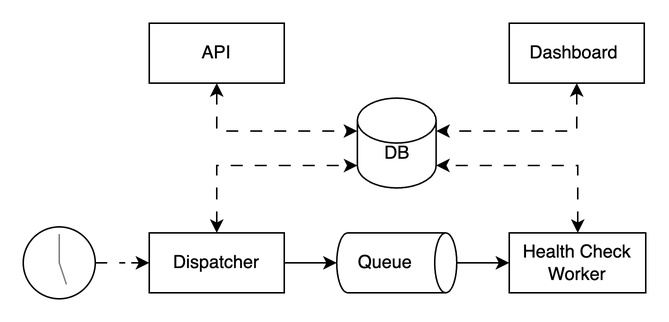
Before: healthchecker/architecture.png, a diagram exported from draw.io (PaulEliasWille/bachelor-thesis). Source tidied: cells renumbered, new cells last; positions are measured from the earlier drawing's top-left corner, leaving out a move shared by most shapes. The source it was exported from:
```xml
<mxGraphModel>
  <root>
    <mxCell id="0" />
    <mxCell id="1" parent="0" />
    <mxCell id="2" value="API" style="rounded=0;whiteSpace=wrap;html=1;" parent="1" vertex="1">
      <mxGeometry x="84" width="90" height="40" as="geometry" />
    </mxCell>
    <mxCell id="3" value="DB" style="shape=cylinder3;whiteSpace=wrap;html=1;boundedLbl=1;backgroundOutline=1;size=15;" parent="1" vertex="1">
      <mxGeometry x="222.8" y="50" width="52.5" height="60" as="geometry" />
    </mxCell>
    <mxCell id="4" value="Health Check Worker" style="rounded=0;whiteSpace=wrap;html=1;" parent="1" vertex="1">
      <mxGeometry x="324" y="140" width="91" height="40" as="geometry" />
    </mxCell>
    <mxCell id="5" style="edgeStyle=orthogonalEdgeStyle;rounded=0;jettySize=auto;html=1;entryX=0;entryY=0.5;entryDx=0;entryDy=0;dashed=1;dashPattern=8 8;" parent="1" edge="1" source="6" target="7">
      <mxGeometry relative="1" as="geometry" />
    </mxCell>
    <mxCell id="6" style="strokeWidth=1;outlineConnect=0;dashed=0;align=center;fontSize=8;shape=mxgraph.eip.messExp;html=1;verticalLabelPosition=bottom;verticalAlign=top;fillStyle=auto;fillColor=#FFFFFF;fontColor=#FFFFFF;strokeColor=default;labelBackgroundColor=none;gradientColor=none;" parent="1" vertex="1">
      <mxGeometry y="136" width="48" height="48" as="geometry" />
    </mxCell>
    <mxCell id="7" value="Dispatcher" style="rounded=0;whiteSpace=wrap;html=1;" parent="1" vertex="1">
      <mxGeometry x="84" y="140" width="90" height="40" as="geometry" />
    </mxCell>
    <mxCell id="8" value="Dashboard&amp;nbsp;" style="rounded=0;whiteSpace=wrap;html=1;" parent="1" vertex="1">
      <mxGeometry x="324" width="90" height="40" as="geometry" />
    </mxCell>
    <mxCell id="9" style="edgeStyle=orthogonalEdgeStyle;rounded=0;jettySize=auto;html=1;entryX=0;entryY=0.5;entryDx=0;entryDy=0;" parent="1" edge="1" source="10" target="4">
      <mxGeometry relative="1" as="geometry" />
    </mxCell>
    <mxCell id="10" value="Queue" style="strokeWidth=1;html=1;shape=mxgraph.flowchart.direct_data;whiteSpace=wrap;spacingRight=15;" parent="1" vertex="1">
      <mxGeometry x="209" y="140" width="80" height="40" as="geometry" />
    </mxCell>
    <mxCell id="11" style="edgeStyle=orthogonalEdgeStyle;rounded=0;jettySize=auto;html=1;entryX=0;entryY=0.5;entryDx=0;entryDy=0;entryPerimeter=0;" parent="1" edge="1" source="7" target="10">
      <mxGeometry relative="1" as="geometry" />
    </mxCell>
    <mxCell id="12" style="edgeStyle=orthogonalEdgeStyle;rounded=0;jettySize=auto;html=1;entryX=0;entryY=0;entryDx=0;entryDy=22.5;entryPerimeter=0;startArrow=classic;startFill=1;dashed=1;dashPattern=8 8;" parent="1" edge="1" source="2" target="3">
      <mxGeometry relative="1" as="geometry">
        <Array as="points">
          <mxPoint x="129" y="72" />
          <mxPoint x="223" y="72" />
        </Array>
      </mxGeometry>
    </mxCell>
    <mxCell id="13" style="edgeStyle=orthogonalEdgeStyle;rounded=0;jettySize=auto;html=1;entryX=0;entryY=0;entryDx=0;entryDy=45;entryPerimeter=0;startArrow=classic;startFill=1;dashed=1;dashPattern=8 8;" parent="1" edge="1" source="7" target="3">
      <mxGeometry relative="1" as="geometry">
        <Array as="points">
          <mxPoint x="129" y="95" />
        </Array>
      </mxGeometry>
    </mxCell>
    <mxCell id="14" style="edgeStyle=orthogonalEdgeStyle;rounded=0;jettySize=auto;html=1;entryX=1;entryY=0;entryDx=0;entryDy=45;entryPerimeter=0;startArrow=classic;startFill=1;dashed=1;dashPattern=8 8;" parent="1" edge="1" source="4" target="3">
      <mxGeometry relative="1" as="geometry">
        <Array as="points">
          <mxPoint x="369" y="95" />
        </Array>
      </mxGeometry>
    </mxCell>
    <mxCell id="15" style="edgeStyle=orthogonalEdgeStyle;rounded=0;jettySize=auto;html=1;entryX=1;entryY=0;entryDx=0;entryDy=22.5;entryPerimeter=0;startArrow=classic;startFill=1;dashed=1;dashPattern=8 8;" parent="1" edge="1" source="8" target="3">
      <mxGeometry relative="1" as="geometry">
        <Array as="points">
          <mxPoint x="369" y="72" />
          <mxPoint x="275" y="72" />
        </Array>
      </mxGeometry>
    </mxCell>
  </root>
</mxGraphModel>
```
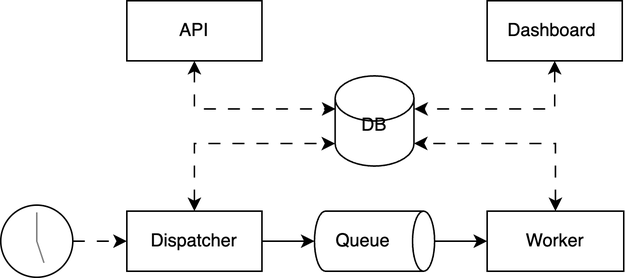
After the commit.

Commit message:
Update architecture overview

The edit, as a diff of the source:
```diff
@@ -8,7 +8,7 @@
     <mxCell id="3" value="DB" style="shape=cylinder3;whiteSpace=wrap;html=1;boundedLbl=1;backgroundOutline=1;size=15;" parent="1" vertex="1">
       <mxGeometry x="222.8" y="50" width="52.5" height="60" as="geometry" />
     </mxCell>
-    <mxCell id="4" value="Health Check Worker" style="rounded=0;whiteSpace=wrap;html=1;" parent="1" vertex="1">
+    <mxCell id="4" value="Worker" style="rounded=0;whiteSpace=wrap;html=1;" parent="1" vertex="1">
       <mxGeometry x="324" y="140" width="91" height="40" as="geometry" />
     </mxCell>
     <mxCell id="5" style="edgeStyle=orthogonalEdgeStyle;rounded=0;jettySize=auto;html=1;entryX=0;entryY=0.5;entryDx=0;entryDy=0;dashed=1;dashPattern=8 8;" parent="1" edge="1" source="6" target="7">
```
